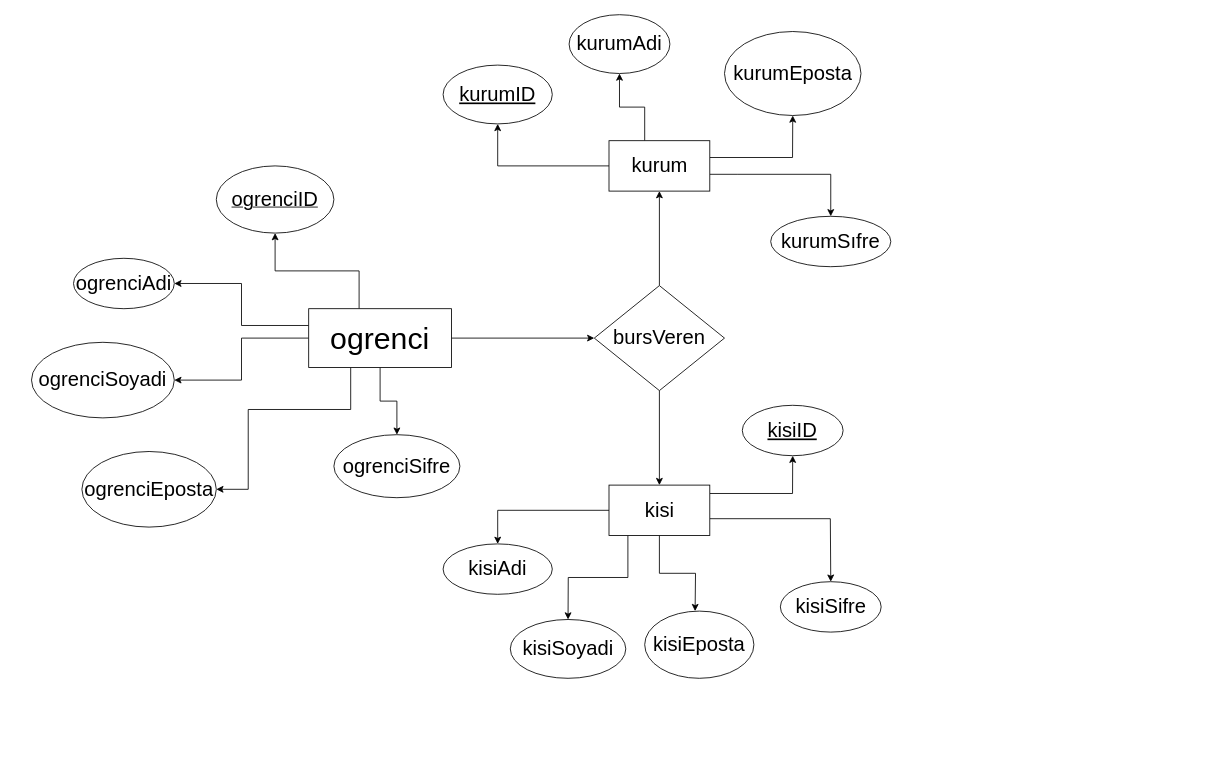
Earlier version of the draw.io diagram Untitled Diagram.drawio (burakcanyildiz2/burakcanyildiz2.github.io). Source tidied: cells renumbered, new cells numbered last; positions are measured from the earlier drawing's top-left corner, leaving out a move shared by most shapes. Both pictures are drawn from the tidied source at 84%, with x=0, y=0 at pixel (31, 14).
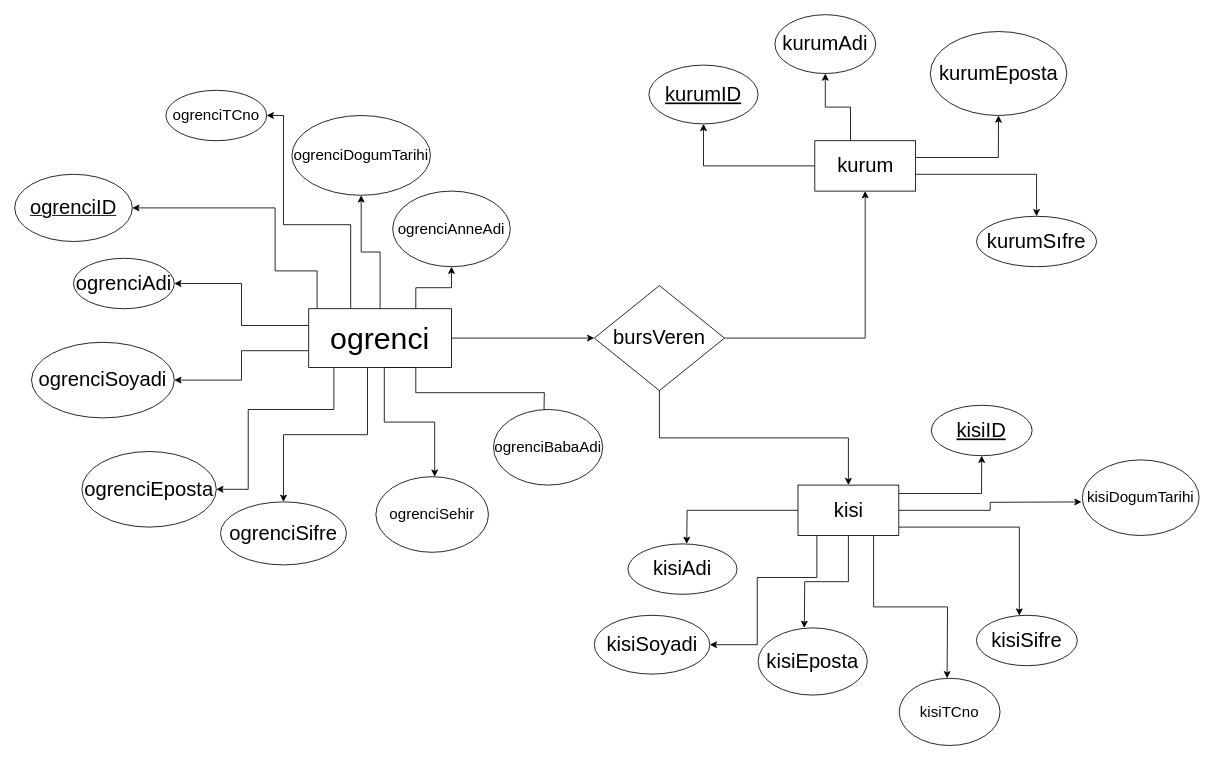
The same page after the edit.

Unchanged cells that the change refers to:
```xml
<mxCell id="8" value="&lt;font style=&quot;font-size: 36px&quot;&gt;ogrenci&lt;/font&gt;" style="rounded=0;whiteSpace=wrap;html=1;" parent="1" vertex="1">
  <mxGeometry x="330" y="350" width="170" height="70" as="geometry" />
</mxCell>
<mxCell id="11" value="&lt;font style=&quot;font-size: 24px&quot;&gt;ogrenciSoyadi&lt;/font&gt;" style="ellipse;whiteSpace=wrap;html=1;rounded=0;" parent="1" vertex="1">
  <mxGeometry y="390" width="170" height="90" as="geometry" />
</mxCell>
<mxCell id="12" value="&lt;font style=&quot;font-size: 24px&quot;&gt;ogrenciEposta&lt;/font&gt;" style="ellipse;whiteSpace=wrap;html=1;rounded=0;" parent="1" vertex="1">
  <mxGeometry x="60" y="520" width="160" height="90" as="geometry" />
</mxCell>
<mxCell id="16" value="&lt;font style=&quot;font-size: 24px&quot;&gt;bursVeren&lt;/font&gt;" style="rhombus;whiteSpace=wrap;html=1;rounded=0;" parent="1" vertex="1">
  <mxGeometry x="670" y="322.5" width="155" height="125" as="geometry" />
</mxCell>
```

What changed in the source:
```diff
@@
     <mxCell id="2" style="edgeStyle=orthogonalEdgeStyle;rounded=0;jettySize=auto;html=1;" parent="1" edge="1" source="8" target="9">
       <mxGeometry relative="1" as="geometry">
         <Array as="points">
-          <mxPoint x="390" y="305" />
+          <mxPoint x="340" y="305" />
           <mxPoint x="290" y="305" />
+          <mxPoint x="290" y="230" />
         </Array>
       </mxGeometry>
     </mxCell>
@@
     <mxCell id="4" style="edgeStyle=orthogonalEdgeStyle;rounded=0;jettySize=auto;html=1;" parent="1" edge="1" source="8" target="11">
-      <mxGeometry relative="1" as="geometry" />
+      <mxGeometry relative="1" as="geometry">
+        <Array as="points">
+          <mxPoint x="250" y="400" />
+          <mxPoint x="250" y="435" />
+        </Array>
+      </mxGeometry>
     </mxCell>
     <mxCell id="5" style="edgeStyle=orthogonalEdgeStyle;rounded=0;jettySize=auto;html=1;" parent="1" edge="1" source="8" target="12">
       <mxGeometry relative="1" as="geometry">
         <Array as="points">
-          <mxPoint x="380" y="470" />
+          <mxPoint x="360" y="470" />
           <mxPoint x="258" y="470" />
+          <mxPoint x="258" y="565" />
         </Array>
       </mxGeometry>
     </mxCell>
     <mxCell id="6" style="edgeStyle=orthogonalEdgeStyle;rounded=0;jettySize=auto;html=1;" parent="1" edge="1" source="8" target="13">
-      <mxGeometry relative="1" as="geometry" />
+      <mxGeometry relative="1" as="geometry">
+        <Array as="points">
+          <mxPoint x="400" y="500" />
+          <mxPoint x="300" y="500" />
+        </Array>
+      </mxGeometry>
     </mxCell>
@@
+    <mxCell id="37" style="edgeStyle=orthogonalEdgeStyle;rounded=0;jettySize=auto;html=1;" parent="1" edge="1" source="8" target="44">
+      <mxGeometry relative="1" as="geometry">
+        <Array as="points">
+          <mxPoint x="380" y="250" />
+          <mxPoint x="300" y="250" />
+        </Array>
+      </mxGeometry>
+    </mxCell>
+    <mxCell id="38" style="edgeStyle=orthogonalEdgeStyle;rounded=0;jettySize=auto;html=1;fontSize=18;" parent="1" edge="1" source="8" target="45">
+      <mxGeometry relative="1" as="geometry" />
+    </mxCell>
+    <mxCell id="39" style="edgeStyle=orthogonalEdgeStyle;rounded=0;jettySize=auto;html=1;exitX=0.75;exitY=1;exitDx=0;exitDy=0;fontSize=18;" parent="1" edge="1" source="8">
+      <mxGeometry relative="1" as="geometry">
+        <mxPoint x="480" y="550" as="targetPoint" />
+        <Array as="points">
+          <mxPoint x="420" y="420" />
+          <mxPoint x="420" y="485" />
+          <mxPoint x="480" y="485" />
+        </Array>
+      </mxGeometry>
+    </mxCell>
+    <mxCell id="40" style="edgeStyle=orthogonalEdgeStyle;rounded=0;jettySize=auto;html=1;exitX=0.75;exitY=0;exitDx=0;exitDy=0;fontSize=18;" parent="1" edge="1" source="8" target="47">
+      <mxGeometry relative="1" as="geometry" />
+    </mxCell>
+    <mxCell id="41" style="edgeStyle=orthogonalEdgeStyle;rounded=0;jettySize=auto;html=1;exitX=0.75;exitY=1;exitDx=0;exitDy=0;fontSize=18;" parent="1" edge="1" source="8">
+      <mxGeometry relative="1" as="geometry">
+        <mxPoint x="610" y="480" as="targetPoint" />
+      </mxGeometry>
+    </mxCell>
@@
     <mxCell id="9" value="&lt;u&gt;&lt;font style=&quot;font-size: 24px&quot;&gt;ogrenciID&lt;/font&gt;&lt;/u&gt;" style="ellipse;whiteSpace=wrap;html=1;rounded=0;" parent="1" vertex="1">
-      <mxGeometry x="220" y="180" width="140" height="80" as="geometry" />
+      <mxGeometry x="-20" y="190" width="140" height="80" as="geometry" />
     </mxCell>
@@
     <mxCell id="13" value="&lt;font style=&quot;font-size: 24px&quot;&gt;ogrenciSifre&lt;/font&gt;" style="ellipse;whiteSpace=wrap;html=1;rounded=0;" parent="1" vertex="1">
-      <mxGeometry x="360" y="500" width="150" height="75" as="geometry" />
+      <mxGeometry x="225" y="580" width="150" height="75" as="geometry" />
     </mxCell>
@@
-    <mxCell id="15" style="edgeStyle=orthogonalEdgeStyle;rounded=0;jettySize=auto;html=1;" parent="1" edge="1" source="16" target="31">
+    <mxCell id="15" style="edgeStyle=orthogonalEdgeStyle;rounded=0;jettySize=auto;html=1;exitX=0.5;exitY=1;exitDx=0;exitDy=0;" parent="1" edge="1" source="16" target="31">
       <mxGeometry relative="1" as="geometry" />
     </mxCell>
@@
     <mxCell id="18" style="edgeStyle=orthogonalEdgeStyle;rounded=0;jettySize=auto;html=1;" parent="1" edge="1" source="21" target="23">
       <mxGeometry relative="1" as="geometry">
         <Array as="points">
-          <mxPoint x="730" y="110" />
-          <mxPoint x="700" y="110" />
+          <mxPoint x="975" y="110" />
+          <mxPoint x="945" y="110" />
         </Array>
       </mxGeometry>
     </mxCell>
     <mxCell id="19" style="edgeStyle=orthogonalEdgeStyle;rounded=0;jettySize=auto;html=1;" parent="1" edge="1" source="21" target="24">
       <mxGeometry relative="1" as="geometry">
         <Array as="points">
-          <mxPoint x="906" y="170" />
+          <mxPoint x="1151" y="170" />
         </Array>
       </mxGeometry>
     </mxCell>
     <mxCell id="20" style="edgeStyle=orthogonalEdgeStyle;rounded=0;jettySize=auto;html=1;" parent="1" edge="1" source="21" target="25">
       <mxGeometry relative="1" as="geometry">
         <Array as="points">
-          <mxPoint x="840" y="190" />
-          <mxPoint x="840" y="190" />
+          <mxPoint x="1085" y="190" />
+          <mxPoint x="1085" y="190" />
         </Array>
       </mxGeometry>
     </mxCell>
     <mxCell id="21" value="&lt;font style=&quot;font-size: 24px&quot;&gt;kurum&lt;/font&gt;" style="whiteSpace=wrap;html=1;rounded=0;" parent="1" vertex="1">
-      <mxGeometry x="687.5" y="150" width="120" height="60" as="geometry" />
+      <mxGeometry x="932.5" y="150" width="120" height="60" as="geometry" />
     </mxCell>
     <mxCell id="22" value="&lt;font style=&quot;font-size: 24px&quot;&gt;&lt;u&gt;kurumID&lt;/u&gt;&lt;/font&gt;" style="ellipse;whiteSpace=wrap;html=1;rounded=0;" parent="1" vertex="1">
-      <mxGeometry x="490" y="60" width="130" height="70" as="geometry" />
+      <mxGeometry x="735" y="60" width="130" height="70" as="geometry" />
     </mxCell>
     <mxCell id="23" value="&lt;font style=&quot;font-size: 24px&quot;&gt;kurumAdi&lt;/font&gt;" style="ellipse;whiteSpace=wrap;html=1;rounded=0;" parent="1" vertex="1">
-      <mxGeometry x="640" width="120" height="70" as="geometry" />
+      <mxGeometry x="885" width="120" height="70" as="geometry" />
     </mxCell>
     <mxCell id="24" value="&lt;font style=&quot;font-size: 24px&quot;&gt;kurumEposta&lt;/font&gt;" style="ellipse;whiteSpace=wrap;html=1;rounded=0;" parent="1" vertex="1">
-      <mxGeometry x="825" y="20" width="162.5" height="100" as="geometry" />
+      <mxGeometry x="1070" y="20" width="162.5" height="100" as="geometry" />
     </mxCell>
     <mxCell id="25" value="&lt;font style=&quot;font-size: 24px&quot;&gt;kurumSıfre&lt;/font&gt;" style="ellipse;whiteSpace=wrap;html=1;rounded=0;" parent="1" vertex="1">
-      <mxGeometry x="880" y="240" width="143" height="60" as="geometry" />
+      <mxGeometry x="1125" y="240" width="143" height="60" as="geometry" />
     </mxCell>
     <mxCell id="26" style="edgeStyle=orthogonalEdgeStyle;rounded=0;jettySize=auto;html=1;" parent="1" edge="1" source="31" target="32">
       <mxGeometry relative="1" as="geometry">
         <Array as="points">
-          <mxPoint x="906" y="570" />
+          <mxPoint x="1131" y="570" />
         </Array>
       </mxGeometry>
     </mxCell>
-    <mxCell id="27" style="edgeStyle=orthogonalEdgeStyle;rounded=0;jettySize=auto;html=1;" parent="1" edge="1" source="31" target="33">
-      <mxGeometry relative="1" as="geometry" />
+    <mxCell id="27" style="edgeStyle=orthogonalEdgeStyle;rounded=0;jettySize=auto;html=1;" parent="1" edge="1" source="31">
+      <mxGeometry relative="1" as="geometry">
+        <mxPoint x="780" y="630" as="targetPoint" />
+      </mxGeometry>
     </mxCell>
     <mxCell id="28" style="edgeStyle=orthogonalEdgeStyle;rounded=0;jettySize=auto;html=1;" parent="1" edge="1" source="31" target="34">
       <mxGeometry relative="1" as="geometry">
         <Array as="points">
-          <mxPoint x="710" y="670" />
-          <mxPoint x="639" y="670" />
+          <mxPoint x="935" y="670" />
+          <mxPoint x="864" y="670" />
         </Array>
       </mxGeometry>
     </mxCell>
     <mxCell id="29" style="edgeStyle=orthogonalEdgeStyle;rounded=0;jettySize=auto;html=1;" parent="1" edge="1" source="31">
       <mxGeometry relative="1" as="geometry">
-        <mxPoint x="790" y="710" as="targetPoint" />
+        <mxPoint x="920" y="730" as="targetPoint" />
       </mxGeometry>
     </mxCell>
     <mxCell id="30" style="edgeStyle=orthogonalEdgeStyle;rounded=0;jettySize=auto;html=1;" parent="1" edge="1" source="31" target="36">
       <mxGeometry relative="1" as="geometry">
         <Array as="points">
-          <mxPoint x="951" y="600" />
+          <mxPoint x="1176" y="610" />
         </Array>
       </mxGeometry>
     </mxCell>
+    <mxCell id="42" style="edgeStyle=orthogonalEdgeStyle;rounded=0;jettySize=auto;html=1;exitX=0.75;exitY=1;exitDx=0;exitDy=0;fontSize=18;" parent="1" edge="1" source="31">
+      <mxGeometry relative="1" as="geometry">
+        <mxPoint x="1090" y="790" as="targetPoint" />
+      </mxGeometry>
+    </mxCell>
+    <mxCell id="43" style="edgeStyle=orthogonalEdgeStyle;rounded=0;jettySize=auto;html=1;exitX=1;exitY=0.5;exitDx=0;exitDy=0;fontSize=18;" parent="1" edge="1" source="31">
+      <mxGeometry relative="1" as="geometry">
+        <mxPoint x="1250" y="580" as="targetPoint" />
+      </mxGeometry>
+    </mxCell>
     <mxCell id="31" value="&lt;font style=&quot;font-size: 24px&quot;&gt;kisi&lt;/font&gt;" style="whiteSpace=wrap;html=1;rounded=0;" parent="1" vertex="1">
-      <mxGeometry x="687.5" y="560" width="120" height="60" as="geometry" />
+      <mxGeometry x="912.5" y="560" width="120" height="60" as="geometry" />
     </mxCell>
     <mxCell id="32" value="&lt;font style=&quot;font-size: 24px&quot;&gt;&lt;u&gt;kisiID&lt;/u&gt;&lt;/font&gt;" style="ellipse;whiteSpace=wrap;html=1;rounded=0;" parent="1" vertex="1">
-      <mxGeometry x="846.2" y="465" width="120" height="60" as="geometry" />
+      <mxGeometry x="1071.2" y="465" width="120" height="60" as="geometry" />
     </mxCell>
     <mxCell id="33" value="&lt;font style=&quot;font-size: 24px&quot;&gt;kisiAdi&lt;/font&gt;" style="ellipse;whiteSpace=wrap;html=1;rounded=0;" parent="1" vertex="1">
-      <mxGeometry x="490" y="630" width="130" height="60" as="geometry" />
+      <mxGeometry x="710" y="630" width="130" height="60" as="geometry" />
     </mxCell>
     <mxCell id="34" value="&lt;font style=&quot;font-size: 24px&quot;&gt;kisiSoyadi&lt;/font&gt;" style="ellipse;whiteSpace=wrap;html=1;rounded=0;" parent="1" vertex="1">
-      <mxGeometry x="570" y="720" width="137.5" height="70" as="geometry" />
+      <mxGeometry x="670" y="715" width="137.5" height="70" as="geometry" />
     </mxCell>
     <mxCell id="35" value="&lt;font style=&quot;font-size: 24px&quot;&gt;kisiEposta&lt;/font&gt;" style="ellipse;whiteSpace=wrap;html=1;" parent="1" vertex="1">
-      <mxGeometry x="730" y="710" width="130" height="80" as="geometry" />
+      <mxGeometry x="865" y="730" width="130" height="80" as="geometry" />
     </mxCell>
     <mxCell id="36" value="&lt;font style=&quot;font-size: 24px&quot;&gt;kisiSifre&lt;/font&gt;" style="ellipse;whiteSpace=wrap;html=1;rounded=0;" parent="1" vertex="1">
-      <mxGeometry x="891.5" y="675" width="120" height="60" as="geometry" />
+      <mxGeometry x="1125" y="715" width="120" height="60" as="geometry" />
     </mxCell>
+    <mxCell id="44" value="&lt;font style=&quot;font-size: 18px&quot;&gt;ogrenciTCno&lt;/font&gt;" style="ellipse;whiteSpace=wrap;html=1;rounded=0;" parent="1" vertex="1">
+      <mxGeometry x="160" y="90" width="120" height="60" as="geometry" />
+    </mxCell>
+    <mxCell id="45" value="&lt;font style=&quot;font-size: 18px&quot;&gt;ogrenciDogumTarihi&lt;/font&gt;" style="ellipse;whiteSpace=wrap;html=1;rounded=0;" parent="1" vertex="1">
+      <mxGeometry x="310" y="120" width="165" height="95" as="geometry" />
+    </mxCell>
+    <mxCell id="46" value="ogrenciSehir" style="ellipse;whiteSpace=wrap;html=1;fontSize=18;" parent="1" vertex="1">
+      <mxGeometry x="410" y="550" width="134" height="90" as="geometry" />
+    </mxCell>
+    <mxCell id="47" value="ogrenciAnneAdi" style="ellipse;whiteSpace=wrap;html=1;fontSize=18;" parent="1" vertex="1">
+      <mxGeometry x="430" y="210" width="140" height="90" as="geometry" />
+    </mxCell>
+    <mxCell id="48" value="ogrenciBabaAdi" style="ellipse;whiteSpace=wrap;html=1;fontSize=18;" parent="1" vertex="1">
+      <mxGeometry x="550" y="470" width="130" height="90" as="geometry" />
+    </mxCell>
+    <mxCell id="49" value="kisiTCno" style="ellipse;whiteSpace=wrap;html=1;fontSize=18;" parent="1" vertex="1">
+      <mxGeometry x="1033" y="790" width="120" height="80" as="geometry" />
+    </mxCell>
+    <mxCell id="50" value="kisiDogumTarihi" style="ellipse;whiteSpace=wrap;html=1;fontSize=18;" parent="1" vertex="1">
+      <mxGeometry x="1251" y="530" width="139" height="90" as="geometry" />
+    </mxCell>
```
